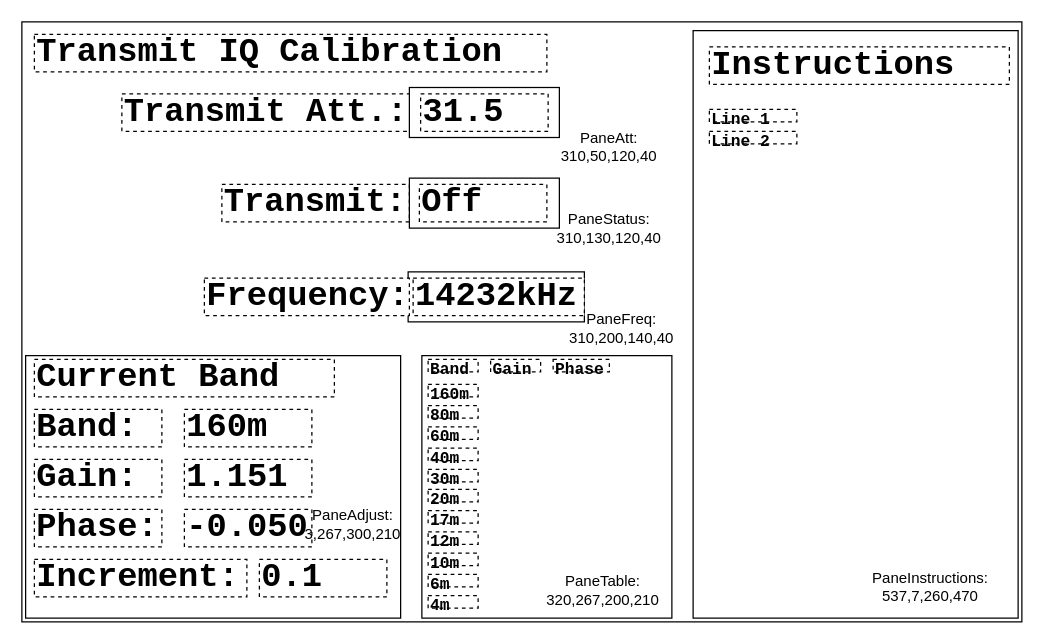
Earlier version of the draw.io diagram page "Transmit IQ Cal" (4 of 7) of code/docs/window_panes.drawio (KI3P/Phoenix). Source tidied: cells renumbered, new cells numbered last; positions are measured from the earlier drawing's top-left corner, leaving out a move shared by most shapes. Both pictures are drawn from the tidied source at 125%, with x=0, y=0 at pixel (21, 21).
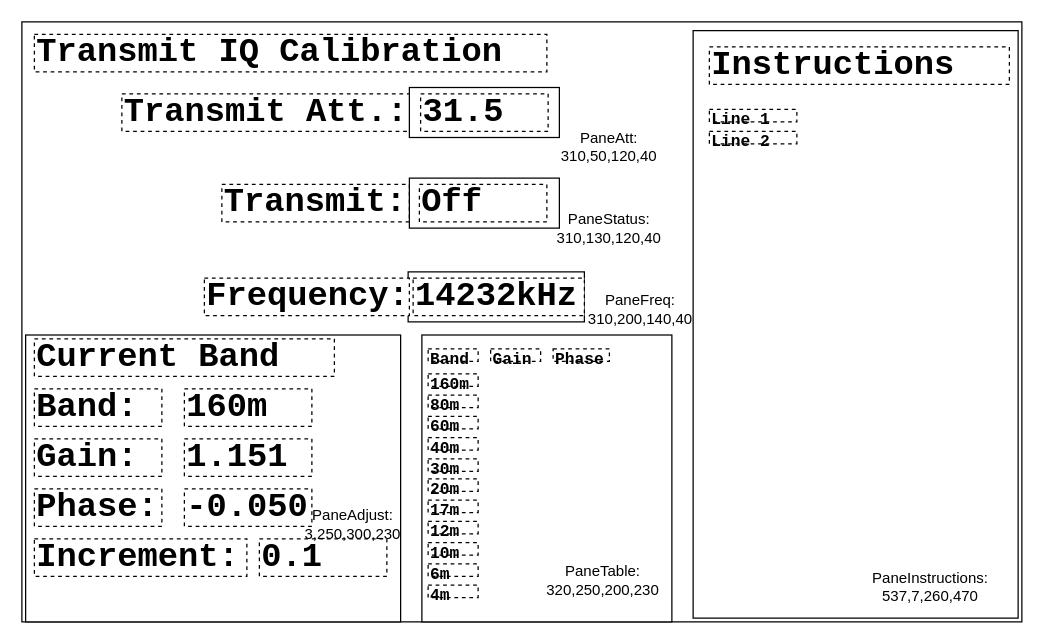
Above is the later version.

Change to the diagram source:
```diff
@@
     <mxCell id="3" style="rounded=0;whiteSpace=wrap;html=1;" parent="1" vertex="1">
-      <mxGeometry x="320" y="267" width="200" height="210" as="geometry" />
+      <mxGeometry x="320" y="250.5" width="200" height="229.5" as="geometry" />
     </mxCell>
     <mxCell id="4" style="rounded=0;whiteSpace=wrap;html=1;" parent="1" vertex="1">
-      <mxGeometry x="3" y="267" width="300" height="210" as="geometry" />
+      <mxGeometry x="3" y="250.5" width="300" height="229.5" as="geometry" />
     </mxCell>
@@
     <mxCell id="6" value="Band:" style="rounded=0;whiteSpace=wrap;html=1;fontFamily=Courier New;fontSize=27;fontStyle=1;align=left;dashed=1;" parent="1" vertex="1">
-      <mxGeometry x="10" y="310" width="102" height="30" as="geometry" />
+      <mxGeometry x="10" y="293.5" width="102" height="30" as="geometry" />
     </mxCell>
     <mxCell id="7" value="Gain:" style="rounded=0;whiteSpace=wrap;html=1;fontFamily=Courier New;fontSize=27;fontStyle=1;align=left;dashed=1;" parent="1" vertex="1">
-      <mxGeometry x="10" y="350" width="102" height="30" as="geometry" />
+      <mxGeometry x="10" y="333.5" width="102" height="30" as="geometry" />
     </mxCell>
     <mxCell id="8" value="Phase:" style="rounded=0;whiteSpace=wrap;html=1;fontFamily=Courier New;fontSize=27;fontStyle=1;align=left;dashed=1;" parent="1" vertex="1">
-      <mxGeometry x="10" y="390" width="102" height="30" as="geometry" />
+      <mxGeometry x="10" y="373.5" width="102" height="30" as="geometry" />
     </mxCell>
     <mxCell id="9" value="Increment:" style="rounded=0;whiteSpace=wrap;html=1;fontFamily=Courier New;fontSize=27;fontStyle=1;align=left;dashed=1;" parent="1" vertex="1">
-      <mxGeometry x="10" y="430" width="170" height="30" as="geometry" />
+      <mxGeometry x="10" y="413.5" width="170" height="30" as="geometry" />
     </mxCell>
     <mxCell id="10" value="160m" style="rounded=0;whiteSpace=wrap;html=1;fontFamily=Courier New;fontSize=27;fontStyle=1;align=left;dashed=1;" parent="1" vertex="1">
-      <mxGeometry x="130" y="310" width="102" height="30" as="geometry" />
+      <mxGeometry x="130" y="293.5" width="102" height="30" as="geometry" />
     </mxCell>
     <mxCell id="11" value="1.151" style="rounded=0;whiteSpace=wrap;html=1;fontFamily=Courier New;fontSize=27;fontStyle=1;align=left;dashed=1;" parent="1" vertex="1">
-      <mxGeometry x="130" y="350" width="102" height="30" as="geometry" />
+      <mxGeometry x="130" y="333.5" width="102" height="30" as="geometry" />
     </mxCell>
     <mxCell id="12" value="-0.050" style="rounded=0;whiteSpace=wrap;html=1;fontFamily=Courier New;fontSize=27;fontStyle=1;align=left;dashed=1;" parent="1" vertex="1">
-      <mxGeometry x="130" y="390" width="102" height="30" as="geometry" />
+      <mxGeometry x="130" y="373.5" width="102" height="30" as="geometry" />
     </mxCell>
     <mxCell id="13" value="0.1" style="rounded=0;whiteSpace=wrap;html=1;fontFamily=Courier New;fontSize=27;fontStyle=1;align=left;dashed=1;" parent="1" vertex="1">
-      <mxGeometry x="190" y="430" width="102" height="30" as="geometry" />
+      <mxGeometry x="190" y="413.5" width="102" height="30" as="geometry" />
     </mxCell>
     <mxCell id="14" value="Current Band" style="rounded=0;whiteSpace=wrap;html=1;fontFamily=Courier New;fontSize=27;fontStyle=1;align=left;dashed=1;" parent="1" vertex="1">
-      <mxGeometry x="10" y="270" width="240" height="30" as="geometry" />
+      <mxGeometry x="10" y="253.5" width="240" height="30" as="geometry" />
     </mxCell>
     <mxCell id="15" value="&lt;font style=&quot;font-size: 13px;&quot;&gt;Band&lt;/font&gt;" style="rounded=0;whiteSpace=wrap;html=1;fontFamily=Courier New;fontSize=27;fontStyle=1;align=left;dashed=1;" parent="1" vertex="1">
-      <mxGeometry x="325" y="270" width="40" height="10" as="geometry" />
+      <mxGeometry x="325" y="261.5" width="40" height="10" as="geometry" />
     </mxCell>
     <mxCell id="16" value="&lt;font style=&quot;font-size: 13px;&quot;&gt;Gain&lt;/font&gt;" style="rounded=0;whiteSpace=wrap;html=1;fontFamily=Courier New;fontSize=27;fontStyle=1;align=left;dashed=1;" parent="1" vertex="1">
-      <mxGeometry x="375" y="270" width="40" height="10" as="geometry" />
+      <mxGeometry x="375" y="261.5" width="40" height="10" as="geometry" />
     </mxCell>
     <mxCell id="17" value="&lt;font style=&quot;font-size: 13px;&quot;&gt;Phase&lt;/font&gt;" style="rounded=0;whiteSpace=wrap;html=1;fontFamily=Courier New;fontSize=27;fontStyle=1;align=left;dashed=1;" parent="1" vertex="1">
-      <mxGeometry x="425" y="270" width="45" height="10" as="geometry" />
+      <mxGeometry x="425" y="261.5" width="45" height="10" as="geometry" />
     </mxCell>
     <mxCell id="18" value="&lt;font style=&quot;font-size: 13px;&quot;&gt;160m&lt;/font&gt;" style="rounded=0;whiteSpace=wrap;html=1;fontFamily=Courier New;fontSize=27;fontStyle=1;align=left;dashed=1;" parent="1" vertex="1">
-      <mxGeometry x="325" y="290" width="40" height="10" as="geometry" />
+      <mxGeometry x="325" y="281.5" width="40" height="10" as="geometry" />
     </mxCell>
     <mxCell id="19" value="&lt;font style=&quot;font-size: 13px;&quot;&gt;80m&lt;/font&gt;" style="rounded=0;whiteSpace=wrap;html=1;fontFamily=Courier New;fontSize=27;fontStyle=1;align=left;dashed=1;" parent="1" vertex="1">
-      <mxGeometry x="325" y="307" width="40" height="10" as="geometry" />
+      <mxGeometry x="325" y="298.5" width="40" height="10" as="geometry" />
     </mxCell>
     <mxCell id="20" value="&lt;font style=&quot;font-size: 13px;&quot;&gt;60m&lt;/font&gt;" style="rounded=0;whiteSpace=wrap;html=1;fontFamily=Courier New;fontSize=27;fontStyle=1;align=left;dashed=1;" parent="1" vertex="1">
-      <mxGeometry x="325" y="324" width="40" height="10" as="geometry" />
+      <mxGeometry x="325" y="315.5" width="40" height="10" as="geometry" />
     </mxCell>
     <mxCell id="21" value="&lt;font style=&quot;font-size: 13px;&quot;&gt;40m&lt;/font&gt;" style="rounded=0;whiteSpace=wrap;html=1;fontFamily=Courier New;fontSize=27;fontStyle=1;align=left;dashed=1;" parent="1" vertex="1">
-      <mxGeometry x="325" y="341" width="40" height="10" as="geometry" />
+      <mxGeometry x="325" y="332.5" width="40" height="10" as="geometry" />
     </mxCell>
     <mxCell id="22" value="&lt;font style=&quot;font-size: 13px;&quot;&gt;30m&lt;/font&gt;" style="rounded=0;whiteSpace=wrap;html=1;fontFamily=Courier New;fontSize=27;fontStyle=1;align=left;dashed=1;" parent="1" vertex="1">
-      <mxGeometry x="325" y="358" width="40" height="10" as="geometry" />
+      <mxGeometry x="325" y="349.5" width="40" height="10" as="geometry" />
     </mxCell>
     <mxCell id="23" value="&lt;font style=&quot;font-size: 13px;&quot;&gt;20m&lt;/font&gt;" style="rounded=0;whiteSpace=wrap;html=1;fontFamily=Courier New;fontSize=27;fontStyle=1;align=left;dashed=1;" parent="1" vertex="1">
-      <mxGeometry x="325" y="374" width="40" height="10" as="geometry" />
+      <mxGeometry x="325" y="365.5" width="40" height="10" as="geometry" />
     </mxCell>
     <mxCell id="24" value="&lt;font style=&quot;font-size: 13px;&quot;&gt;17m&lt;/font&gt;" style="rounded=0;whiteSpace=wrap;html=1;fontFamily=Courier New;fontSize=27;fontStyle=1;align=left;dashed=1;" parent="1" vertex="1">
-      <mxGeometry x="325" y="391" width="40" height="10" as="geometry" />
+      <mxGeometry x="325" y="382.5" width="40" height="10" as="geometry" />
     </mxCell>
     <mxCell id="25" value="&lt;font style=&quot;font-size: 13px;&quot;&gt;12m&lt;/font&gt;" style="rounded=0;whiteSpace=wrap;html=1;fontFamily=Courier New;fontSize=27;fontStyle=1;align=left;dashed=1;" parent="1" vertex="1">
-      <mxGeometry x="325" y="408" width="40" height="10" as="geometry" />
+      <mxGeometry x="325" y="399.5" width="40" height="10" as="geometry" />
     </mxCell>
     <mxCell id="26" value="&lt;font style=&quot;font-size: 13px;&quot;&gt;10m&lt;/font&gt;" style="rounded=0;whiteSpace=wrap;html=1;fontFamily=Courier New;fontSize=27;fontStyle=1;align=left;dashed=1;" parent="1" vertex="1">
-      <mxGeometry x="325" y="425" width="40" height="10" as="geometry" />
+      <mxGeometry x="325" y="416.5" width="40" height="10" as="geometry" />
     </mxCell>
     <mxCell id="27" value="&lt;font style=&quot;font-size: 13px;&quot;&gt;6m&lt;/font&gt;" style="rounded=0;whiteSpace=wrap;html=1;fontFamily=Courier New;fontSize=27;fontStyle=1;align=left;dashed=1;" parent="1" vertex="1">
-      <mxGeometry x="325" y="442" width="40" height="10" as="geometry" />
+      <mxGeometry x="325" y="433.5" width="40" height="10" as="geometry" />
     </mxCell>
     <mxCell id="28" value="&lt;font style=&quot;font-size: 13px;&quot;&gt;4m&lt;/font&gt;" style="rounded=0;whiteSpace=wrap;html=1;fontFamily=Courier New;fontSize=27;fontStyle=1;align=left;dashed=1;" parent="1" vertex="1">
-      <mxGeometry x="325" y="459" width="40" height="10" as="geometry" />
+      <mxGeometry x="325" y="450.5" width="40" height="10" as="geometry" />
     </mxCell>
@@
-    <mxCell id="34" value="PaneTable: 320,267,200,210" style="text;html=1;whiteSpace=wrap;strokeColor=none;fillColor=none;align=center;verticalAlign=middle;rounded=0;" parent="1" vertex="1">
-      <mxGeometry x="410" y="430" width="110" height="50" as="geometry" />
+    <mxCell id="34" value="PaneTable: 320,250,200,230" style="text;html=1;whiteSpace=wrap;strokeColor=none;fillColor=none;align=center;verticalAlign=middle;rounded=0;" parent="1" vertex="1">
+      <mxGeometry x="410" y="421.5" width="110" height="50" as="geometry" />
     </mxCell>
-    <mxCell id="35" value="PaneAdjust: 3,267,300,210" style="text;html=1;whiteSpace=wrap;strokeColor=none;fillColor=none;align=center;verticalAlign=middle;rounded=0;" parent="1" vertex="1">
+    <mxCell id="35" value="PaneAdjust: 3,250,300,230" style="text;html=1;whiteSpace=wrap;strokeColor=none;fillColor=none;align=center;verticalAlign=middle;rounded=0;" parent="1" vertex="1">
       <mxGeometry x="210" y="377" width="110" height="50" as="geometry" />
     </mxCell>
@@
     <mxCell id="46" value="PaneFreq: 310,200,140,40" style="text;html=1;whiteSpace=wrap;strokeColor=none;fillColor=none;align=center;verticalAlign=middle;rounded=0;" parent="1" vertex="1">
-      <mxGeometry x="425" y="220" width="110" height="50" as="geometry" />
+      <mxGeometry x="440" y="205" width="110" height="50" as="geometry" />
     </mxCell>
```
